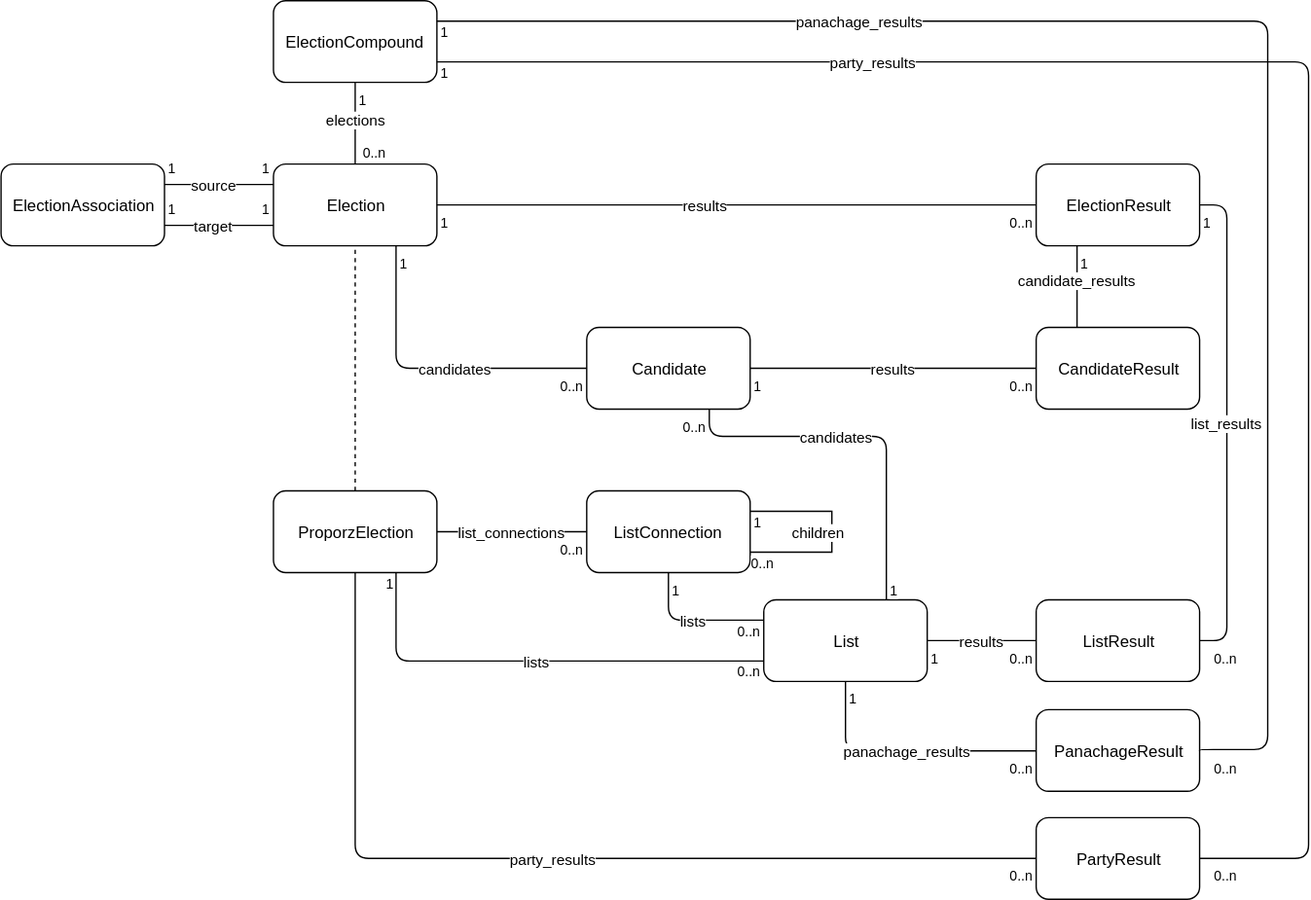
OneGov/onegov.ballot keeps this draw.io diagram as docs/onegov.ballot.election.svg. Above is the earlier version. Source tidied: cells renumbered, new cells last; positions are measured from the earlier drawing's top-left corner, leaving out a move shared by most shapes.
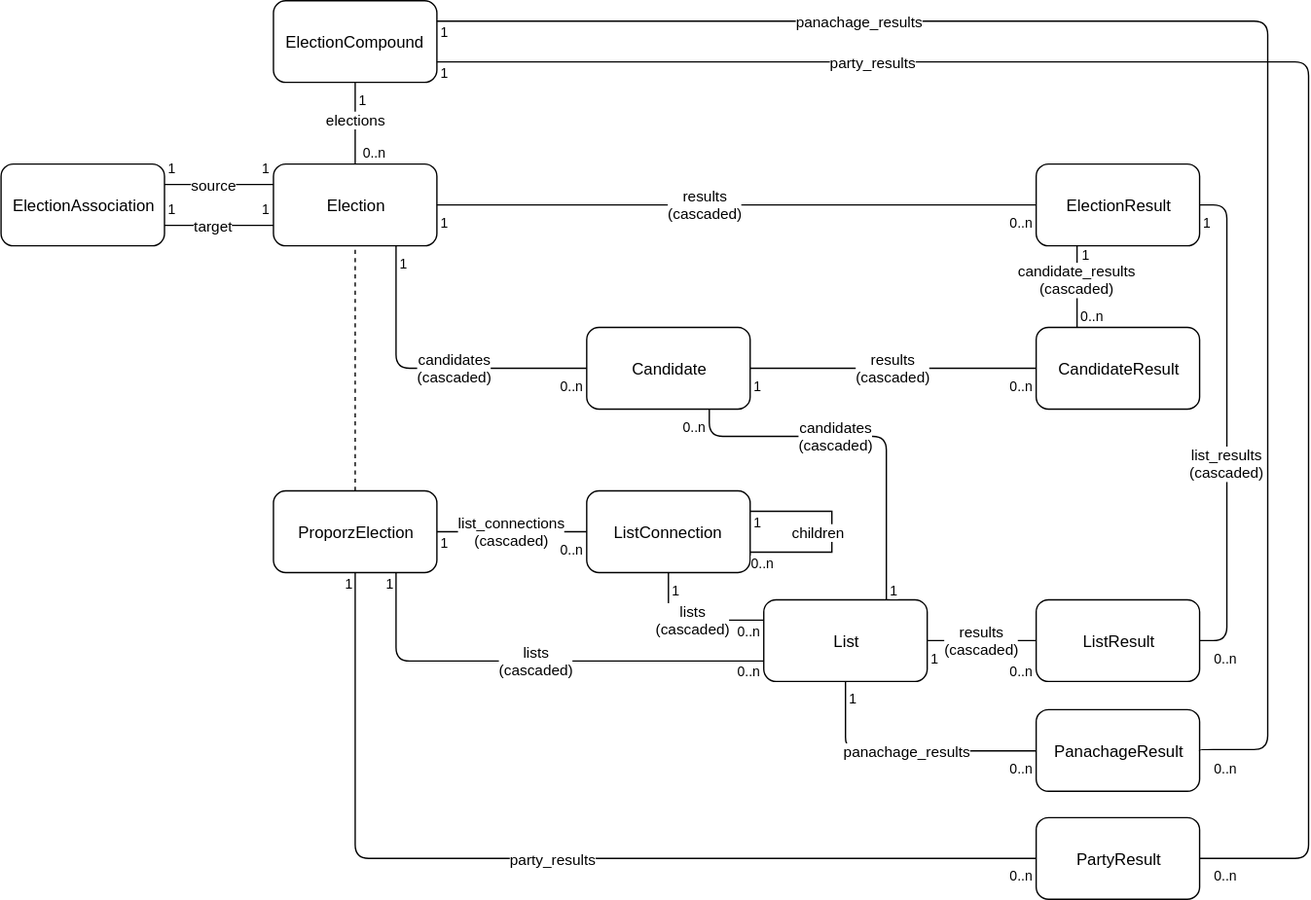
The same file after the commit.

Diff of the diagram source:
```diff
@@ -23,7 +23,7 @@
     <mxCell id="8" value="PartyResult" style="rounded=1;whiteSpace=wrap;html=1;" parent="1" vertex="1">
       <mxGeometry x="760" y="600" width="120" height="60" as="geometry" />
     </mxCell>
-    <mxCell id="9" value="list_connections" style="endArrow=none;html=1;endSize=12;startArrow=none;startSize=14;startFill=0;edgeStyle=orthogonalEdgeStyle;endFill=0;entryX=0;entryY=0.5;exitX=1;exitY=0.5;" parent="1" edge="1" source="49" target="4">
+    <mxCell id="9" value="list_connections&lt;br&gt;(cascaded)&lt;br&gt;" style="endArrow=none;html=1;endSize=12;startArrow=none;startSize=14;startFill=0;edgeStyle=orthogonalEdgeStyle;endFill=0;entryX=0;entryY=0.5;exitX=1;exitY=0.5;" parent="1" edge="1" source="49" target="4">
       <mxGeometry relative="1" as="geometry" />
     </mxCell>
     <mxCell id="10" value="1" style="html=1;align=left;verticalAlign=top;labelBackgroundColor=#ffffff;fontSize=10;" parent="9" vertex="1">
@@ -34,7 +34,7 @@
     <mxCell id="11" value="&lt;span&gt;0..n&lt;/span&gt;" style="html=1;align=right;verticalAlign=top;labelBackgroundColor=#ffffff;fontSize=10;" parent="9" vertex="1">
       <mxGeometry x="1" relative="1" as="geometry" />
     </mxCell>
-    <mxCell id="12" value="lists" style="endArrow=none;html=1;endSize=12;startArrow=none;startSize=14;startFill=0;edgeStyle=orthogonalEdgeStyle;endFill=0;exitX=0.75;exitY=1;entryX=0;entryY=0.75;" parent="1" edge="1" source="49" target="5">
+    <mxCell id="12" value="lists&lt;br&gt;(cascaded)&lt;br&gt;" style="endArrow=none;html=1;endSize=12;startArrow=none;startSize=14;startFill=0;edgeStyle=orthogonalEdgeStyle;endFill=0;exitX=0.75;exitY=1;entryX=0;entryY=0.75;" parent="1" edge="1" source="49" target="5">
       <mxGeometry relative="1" as="geometry">
         <Array as="points">
           <mxPoint x="290" y="485" />
@@ -51,7 +51,7 @@
         <mxPoint y="-5.5" as="offset" />
       </mxGeometry>
     </mxCell>
-    <mxCell id="15" value="candidates" style="endArrow=none;html=1;endSize=12;startArrow=none;startSize=14;startFill=0;edgeStyle=orthogonalEdgeStyle;endFill=0;entryX=0;entryY=0.5;exitX=0.75;exitY=1;" parent="1" edge="1" source="2" target="6">
+    <mxCell id="15" value="candidates&lt;br&gt;(cascaded)&lt;br&gt;" style="endArrow=none;html=1;endSize=12;startArrow=none;startSize=14;startFill=0;edgeStyle=orthogonalEdgeStyle;endFill=0;entryX=0;entryY=0.5;exitX=0.75;exitY=1;" parent="1" edge="1" source="2" target="6">
       <mxGeometry x="0.16" relative="1" as="geometry">
         <Array as="points">
           <mxPoint x="290" y="270" />
@@ -64,7 +64,7 @@
     <mxCell id="17" value="&lt;span&gt;0..n&lt;/span&gt;" style="html=1;align=right;verticalAlign=top;labelBackgroundColor=#ffffff;fontSize=10;" parent="15" vertex="1">
       <mxGeometry x="1" relative="1" as="geometry" />
     </mxCell>
-    <mxCell id="18" value="results" style="endArrow=none;html=1;endSize=12;startArrow=none;startSize=14;startFill=0;edgeStyle=orthogonalEdgeStyle;endFill=0;exitX=1;exitY=0.5;entryX=0;entryY=0.5;" parent="1" edge="1" source="2" target="3">
+    <mxCell id="18" value="results&lt;br&gt;(cascaded)&lt;br&gt;" style="endArrow=none;html=1;endSize=12;startArrow=none;startSize=14;startFill=0;edgeStyle=orthogonalEdgeStyle;endFill=0;exitX=1;exitY=0.5;entryX=0;entryY=0.5;" parent="1" edge="1" source="2" target="3">
       <mxGeometry x="-0.1" relative="1" as="geometry" />
     </mxCell>
     <mxCell id="19" value="1" style="html=1;align=left;verticalAlign=top;labelBackgroundColor=#ffffff;fontSize=10;" parent="18" vertex="1">
@@ -103,7 +103,7 @@
         <mxPoint x="20" y="-5.5" as="offset" />
       </mxGeometry>
     </mxCell>
-    <mxCell id="27" value="lists" style="endArrow=none;html=1;endSize=12;startArrow=none;startSize=14;startFill=0;edgeStyle=orthogonalEdgeStyle;endFill=0;exitX=0.5;exitY=1;entryX=0;entryY=0.25;" parent="1" edge="1" source="4" target="5">
+    <mxCell id="27" value="lists&lt;br&gt;(cascaded)&lt;br&gt;" style="endArrow=none;html=1;endSize=12;startArrow=none;startSize=14;startFill=0;edgeStyle=orthogonalEdgeStyle;endFill=0;exitX=0.5;exitY=1;entryX=0;entryY=0.25;" parent="1" edge="1" source="4" target="5">
       <mxGeometry relative="1" as="geometry" />
     </mxCell>
     <mxCell id="28" value="1" style="html=1;align=left;verticalAlign=top;labelBackgroundColor=#ffffff;fontSize=10;" parent="27" vertex="1">
@@ -114,14 +114,16 @@
         <mxPoint y="-5" as="offset" />
       </mxGeometry>
     </mxCell>
-    <mxCell id="30" value="results" style="endArrow=none;html=1;endSize=12;startArrow=none;startSize=14;startFill=0;edgeStyle=orthogonalEdgeStyle;endFill=0;exitX=1;exitY=0.5;entryX=0;entryY=0.5;" parent="1" edge="1" source="5" target="7">
+    <mxCell id="30" value="results&lt;br&gt;(cascaded)&lt;br&gt;" style="endArrow=none;html=1;endSize=12;startArrow=none;startSize=14;startFill=0;edgeStyle=orthogonalEdgeStyle;endFill=0;exitX=1;exitY=0.5;entryX=0;entryY=0.5;" parent="1" edge="1" source="5" target="7">
       <mxGeometry relative="1" as="geometry" />
     </mxCell>
     <mxCell id="31" value="1" style="html=1;align=left;verticalAlign=top;labelBackgroundColor=#ffffff;fontSize=10;" parent="30" vertex="1">
       <mxGeometry x="-1" relative="1" as="geometry" />
     </mxCell>
     <mxCell id="32" value="&lt;span&gt;0..n&lt;/span&gt;" style="html=1;align=right;verticalAlign=top;labelBackgroundColor=#ffffff;fontSize=10;" parent="30" vertex="1">
-      <mxGeometry x="1" relative="1" as="geometry" />
+      <mxGeometry x="1" relative="1" as="geometry">
+        <mxPoint y="10" as="offset" />
+      </mxGeometry>
     </mxCell>
     <mxCell id="33" value="PanachageResult" style="rounded=1;whiteSpace=wrap;html=1;" parent="1" vertex="1">
       <mxGeometry x="760" y="520.7" width="120" height="60" as="geometry" />
@@ -135,7 +137,7 @@
     <mxCell id="36" value="&lt;span&gt;0..n&lt;/span&gt;" style="html=1;align=right;verticalAlign=top;labelBackgroundColor=#ffffff;fontSize=10;" parent="34" vertex="1">
       <mxGeometry x="1" relative="1" as="geometry" />
     </mxCell>
-    <mxCell id="37" value="results" style="endArrow=none;html=1;endSize=12;startArrow=none;startSize=14;startFill=0;edgeStyle=orthogonalEdgeStyle;endFill=0;exitX=1;exitY=0.5;entryX=0;entryY=0.5;" parent="1" edge="1" source="6" target="51">
+    <mxCell id="37" value="results&lt;br&gt;(cascaded)&lt;br&gt;" style="endArrow=none;html=1;endSize=12;startArrow=none;startSize=14;startFill=0;edgeStyle=orthogonalEdgeStyle;endFill=0;exitX=1;exitY=0.5;entryX=0;entryY=0.5;" parent="1" edge="1" source="6" target="51">
       <mxGeometry relative="1" as="geometry" />
     </mxCell>
     <mxCell id="38" value="1" style="html=1;align=left;verticalAlign=top;labelBackgroundColor=#ffffff;fontSize=10;" parent="37" vertex="1">
@@ -144,8 +146,8 @@
     <mxCell id="39" value="&lt;span&gt;0..n&lt;/span&gt;" style="html=1;align=right;verticalAlign=top;labelBackgroundColor=#ffffff;fontSize=10;" parent="37" vertex="1">
       <mxGeometry x="1" relative="1" as="geometry" />
     </mxCell>
-    <mxCell id="40" value="list_results" style="endArrow=none;html=1;endSize=12;startArrow=none;startSize=14;startFill=0;edgeStyle=orthogonalEdgeStyle;endFill=0;exitX=1;exitY=0.5;entryX=1;entryY=0.5;" parent="1" edge="1" source="3" target="7">
-      <mxGeometry relative="1" as="geometry">
+    <mxCell id="40" value="list_results&lt;br&gt;(cascaded)&lt;br&gt;" style="endArrow=none;html=1;endSize=12;startArrow=none;startSize=14;startFill=0;edgeStyle=orthogonalEdgeStyle;endFill=0;exitX=1;exitY=0.5;entryX=1;entryY=0.5;" parent="1" edge="1" source="3" target="7">
+      <mxGeometry x="0.17" relative="1" as="geometry">
         <Array as="points">
           <mxPoint x="900" y="150" />
           <mxPoint x="900" y="470" />
@@ -160,16 +162,18 @@
         <mxPoint x="30" as="offset" />
       </mxGeometry>
     </mxCell>
-    <mxCell id="43" value="candidate_results" style="endArrow=none;html=1;endSize=12;startArrow=none;startSize=14;startFill=0;edgeStyle=orthogonalEdgeStyle;endFill=0;entryX=0.25;entryY=0;exitX=0.25;exitY=1;" parent="1" edge="1" source="3" target="51">
+    <mxCell id="43" value="candidate_results&lt;br&gt;(cascaded)&lt;br&gt;" style="endArrow=none;html=1;endSize=12;startArrow=none;startSize=14;startFill=0;edgeStyle=orthogonalEdgeStyle;endFill=0;entryX=0.25;entryY=0;exitX=0.25;exitY=1;" parent="1" edge="1" source="3" target="51">
       <mxGeometry x="-0.17" relative="1" as="geometry" />
     </mxCell>
     <mxCell id="44" value="1" style="html=1;align=left;verticalAlign=top;labelBackgroundColor=#ffffff;fontSize=10;" parent="43" vertex="1">
-      <mxGeometry x="-1" relative="1" as="geometry" />
+      <mxGeometry x="-1" relative="1" as="geometry">
+        <mxPoint x="0.5" y="-6" as="offset" />
+      </mxGeometry>
     </mxCell>
     <mxCell id="45" value="&lt;span&gt;0..n&lt;/span&gt;" style="html=1;align=right;verticalAlign=top;labelBackgroundColor=#ffffff;fontSize=10;" parent="43" vertex="1">
       <mxGeometry x="1" relative="1" as="geometry" />
     </mxCell>
-    <mxCell id="46" value="candidates" style="endArrow=none;html=1;endSize=12;startArrow=none;startSize=14;startFill=0;edgeStyle=orthogonalEdgeStyle;endFill=0;entryX=0.75;entryY=1;exitX=0.75;exitY=0;" parent="1" edge="1" source="5" target="6">
+    <mxCell id="46" value="candidates&lt;br&gt;(cascaded)&lt;br&gt;" style="endArrow=none;html=1;endSize=12;startArrow=none;startSize=14;startFill=0;edgeStyle=orthogonalEdgeStyle;endFill=0;entryX=0.75;entryY=1;exitX=0.75;exitY=0;" parent="1" edge="1" source="5" target="6">
       <mxGeometry x="0.16" relative="1" as="geometry">
         <Array as="points">
           <mxPoint x="650" y="320" />
@@ -273,5 +277,18 @@
         <mxPoint y="-25" as="offset" />
       </mxGeometry>
     </mxCell>
+    <mxCell id="69" value="&lt;span&gt;0..n&lt;/span&gt;" style="html=1;align=right;verticalAlign=top;labelBackgroundColor=#ffffff;fontSize=10;" parent="1" vertex="1">
+      <mxGeometry x="812.4" y="219.1" as="geometry" />
+    </mxCell>
+    <mxCell id="70" value="1" style="html=1;align=left;verticalAlign=top;labelBackgroundColor=#ffffff;fontSize=10;" parent="1" vertex="1">
+      <mxGeometry x="259.8" y="420" as="geometry">
+        <mxPoint x="-10" y="-5" as="offset" />
+      </mxGeometry>
+    </mxCell>
+    <mxCell id="71" value="1" style="html=1;align=left;verticalAlign=top;labelBackgroundColor=#ffffff;fontSize=10;" parent="1" vertex="1">
+      <mxGeometry x="329.8" y="390" as="geometry">
+        <mxPoint x="-10" y="-5" as="offset" />
+      </mxGeometry>
+    </mxCell>
   </root>
 </mxGraphModel>
```
